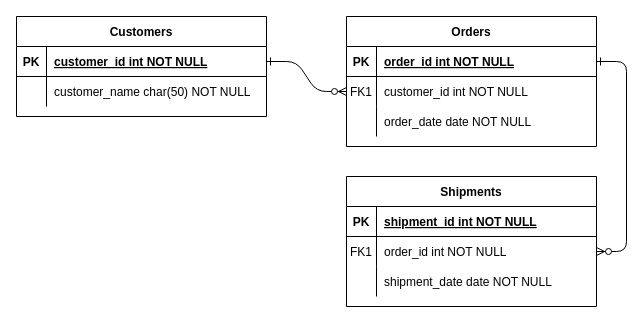
Before: Untitled Diagram.drawio in iykazrji/the-melancholy-collection, a draw.io diagram. Source tidied: cells renumbered, new cells numbered last; positions are measured from the earlier drawing's top-left corner, leaving out a move shared by most shapes. Both pictures are drawn from the tidied source at 100%, with x=0, y=0 at pixel (16, 16).
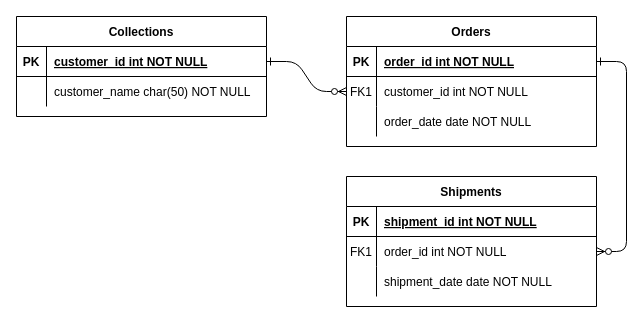
The same page after the edit.

Diff of the diagram source:
```diff
@@
-    <mxCell id="24" value="Customers" style="shape=table;startSize=30;childLayout=tableLayout;rowLines=0;fontStyle=1;align=center;" parent="1" vertex="1">
+    <mxCell id="24" value="Collections" style="shape=table;startSize=30;childLayout=tableLayout;rowLines=0;fontStyle=1;align=center;" parent="1" vertex="1">
       <mxGeometry width="250" height="100" as="geometry" />
     </mxCell>
```
